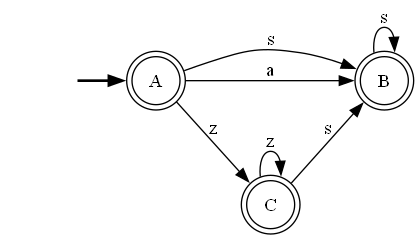
Ruben-Garrido/MotorValidacionExpresiones keeps this Graphviz diagram as salidas/DirectDFA.png. Above is the earlier version. Its source is kept beside it as salidas/DirectDFA.gv.
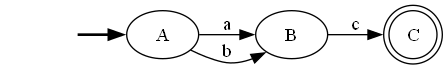
The same diagram one commit later.

What changed in the source:
```diff
@@ -1,14 +1,11 @@
 digraph {
 	fake [style=invisible]
-	B [shape=doublecircle]
 	C [shape=doublecircle]
-	A [root=true shape=doublecircle]
+	B
+	A [root=true]
 	fake -> A [style=bold]
-	A -> C [label=z]
-	A -> B [label=s]
-	C -> B [label=s]
-	B -> B [label=s]
 	A -> B [label=a]
-	C -> C [label=z]
+	A -> B [label=b]
+	B -> C [label=c]
 	rankdir=LR
 }
```
